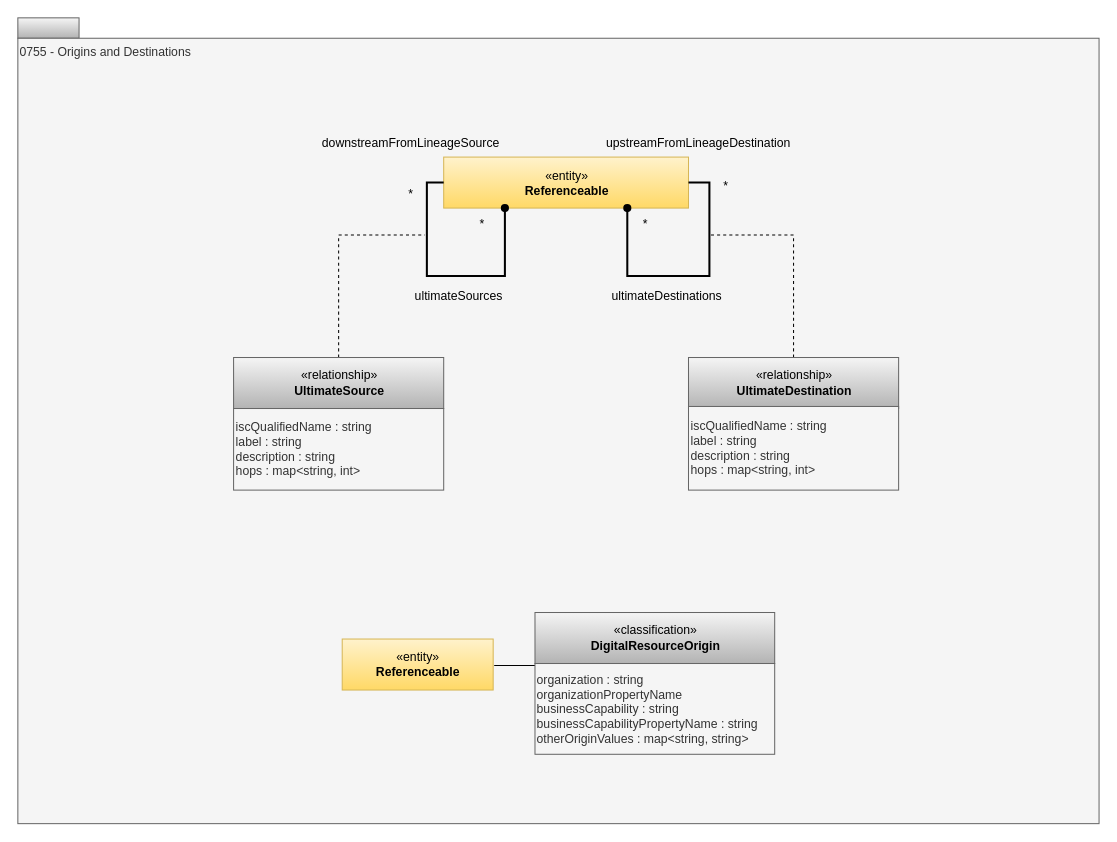
This is page "0755-Ultimate-Source-Destination" (14 of 19) of site/docs/types/7/area-7-lineage.drawio from odpi/egeria-docs, a draw.io file, before an edit. Source tidied: cells renumbered, new cells numbered last; positions are measured from the earlier drawing's top-left corner, leaving out a move shared by most shapes. Both pictures are drawn from the tidied source at 102%, with x=0, y=0 at pixel (17, 17).
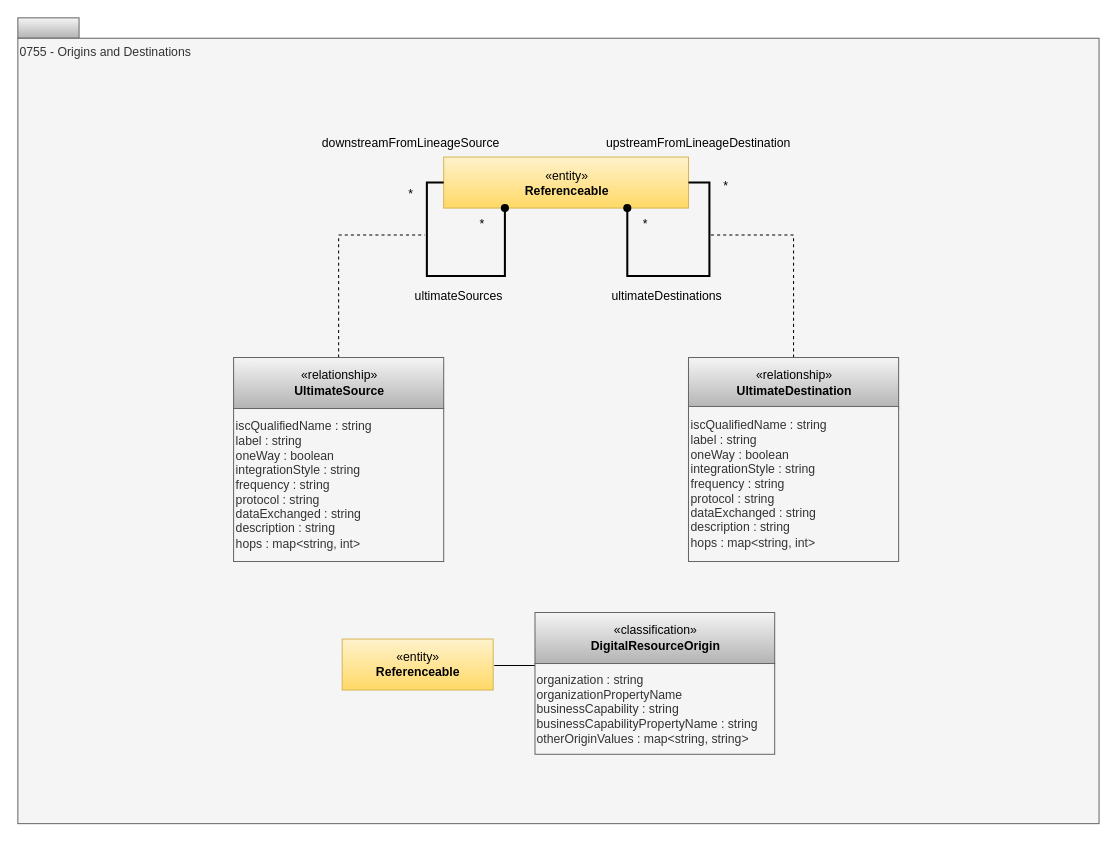
After the change.

What changed in the source:
```diff
@@
-    <mxCell id="6" value="iscQualifiedName : string&lt;div&gt;label : string&lt;/div&gt;&lt;div&gt;description : string&lt;br&gt;hops : map&amp;lt;string, int&amp;gt;&lt;/div&gt;" style="rounded=0;whiteSpace=wrap;html=1;strokeColor=#666666;align=left;fillColor=#f5f5f5;fontColor=#333333;" parent="1" vertex="1">
-      <mxGeometry x="211.5" y="383" width="206" height="80" as="geometry" />
+    <mxCell id="6" value="iscQualifiedName : string&lt;div&gt;label : string&lt;/div&gt;&lt;div&gt;&lt;div&gt;oneWay : boolean&lt;/div&gt;&lt;div&gt;integrationStyle : string&lt;/div&gt;&lt;div&gt;frequency : string&lt;/div&gt;&lt;div&gt;protocol : string&lt;/div&gt;&lt;div&gt;dataExchanged : string&lt;/div&gt;&lt;/div&gt;&lt;div&gt;description : string&lt;br&gt;hops : map&amp;lt;string, int&amp;gt;&lt;/div&gt;" style="rounded=0;whiteSpace=wrap;html=1;strokeColor=#666666;align=left;fillColor=#f5f5f5;fontColor=#333333;" parent="1" vertex="1">
+      <mxGeometry x="211.5" y="383" width="206" height="150" as="geometry" />
     </mxCell>
@@
-    <mxCell id="14" value="iscQualifiedName : string&lt;br&gt;label : string&lt;div&gt;description : string&lt;br&gt;hops : map&amp;lt;string, int&amp;gt;&lt;/div&gt;" style="rounded=0;whiteSpace=wrap;html=1;strokeColor=#666666;align=left;fillColor=#f5f5f5;fontColor=#333333;" parent="1" vertex="1">
-      <mxGeometry x="657.5" y="381" width="206" height="82" as="geometry" />
+    <mxCell id="14" value="iscQualifiedName : string&lt;br&gt;label : string&lt;div&gt;&lt;div&gt;oneWay : boolean&lt;/div&gt;&lt;div&gt;integrationStyle : string&lt;/div&gt;&lt;div&gt;frequency : string&lt;/div&gt;&lt;div&gt;protocol : string&lt;/div&gt;&lt;div&gt;dataExchanged : string&lt;/div&gt;&lt;div&gt;description : string&lt;br&gt;hops : map&amp;lt;string, int&amp;gt;&lt;/div&gt;&lt;/div&gt;" style="rounded=0;whiteSpace=wrap;html=1;strokeColor=#666666;align=left;fillColor=#f5f5f5;fontColor=#333333;" parent="1" vertex="1">
+      <mxGeometry x="657.5" y="381" width="206" height="152" as="geometry" />
     </mxCell>
```
